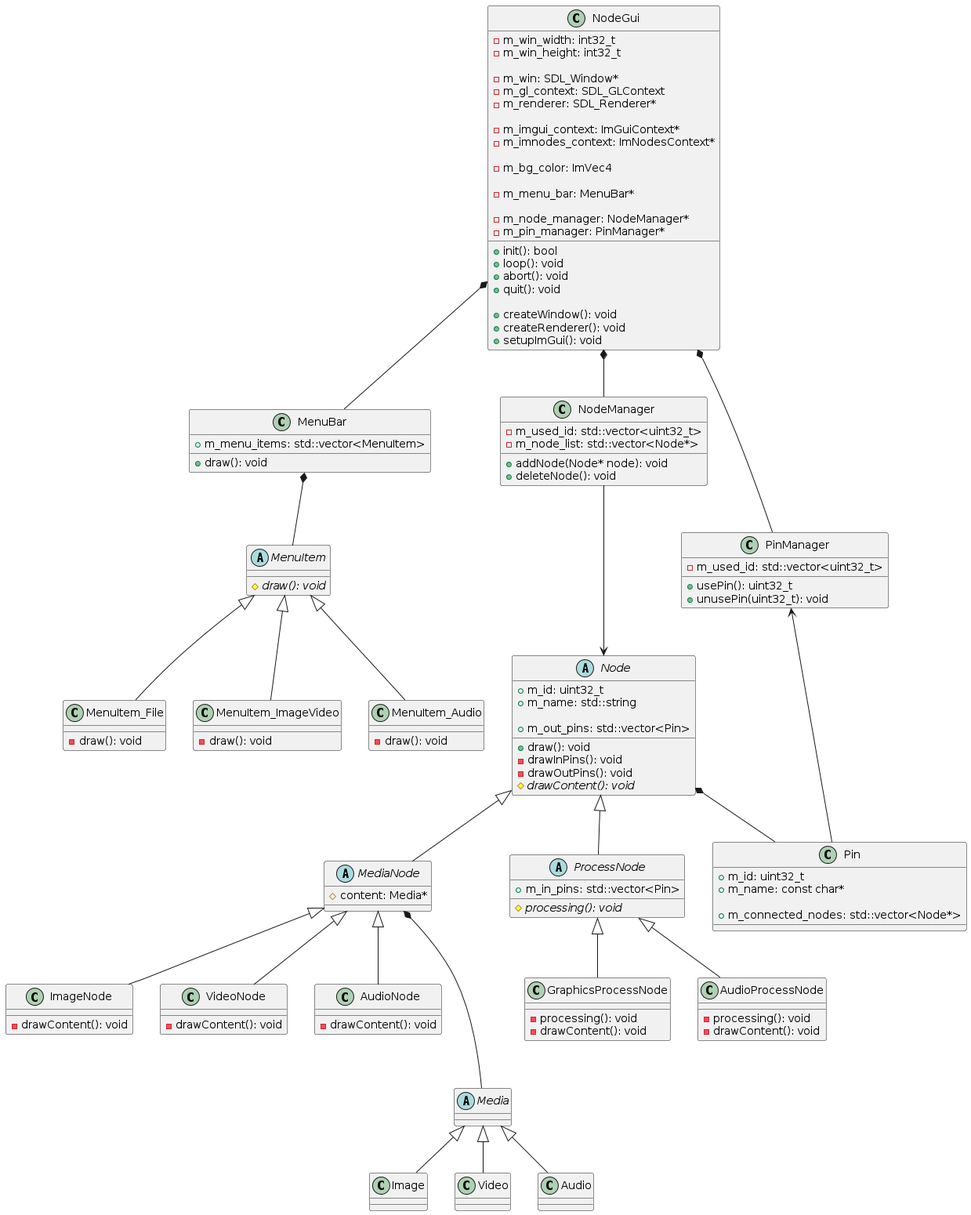
The PlantUML diagram uml/NodeProcessing.png in nkue-yst/NodeProcessV2, before a commit.
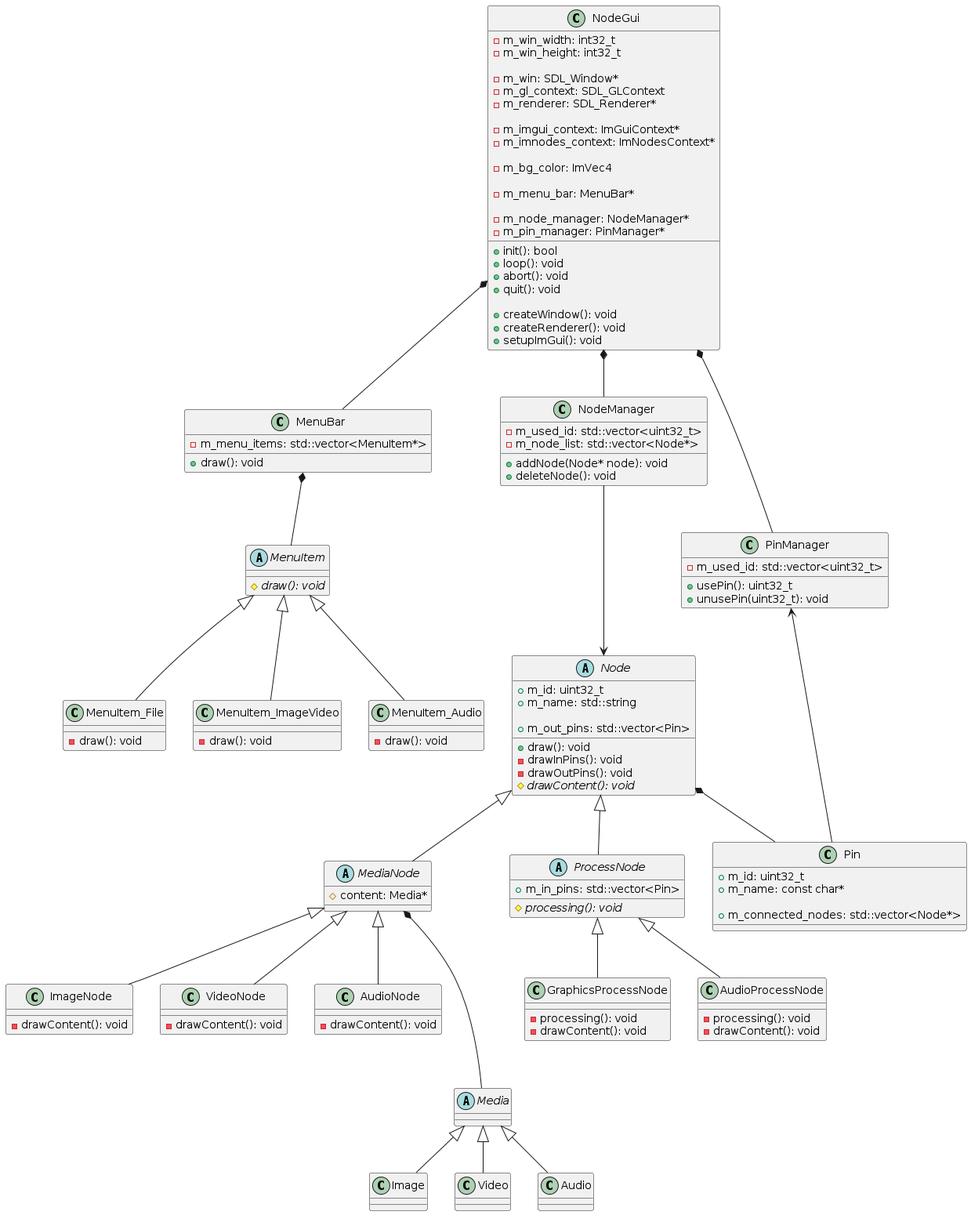
Later version of the same file.

What changed in the source:
```diff
@@ -31,7 +31,7 @@
 class MenuBar {
     +draw(): void
 
-    +m_menu_items: std::vector<MenuItem>
+    -m_menu_items: std::vector<MenuItem*>
 }
 
 abstract class MenuItem {
```
